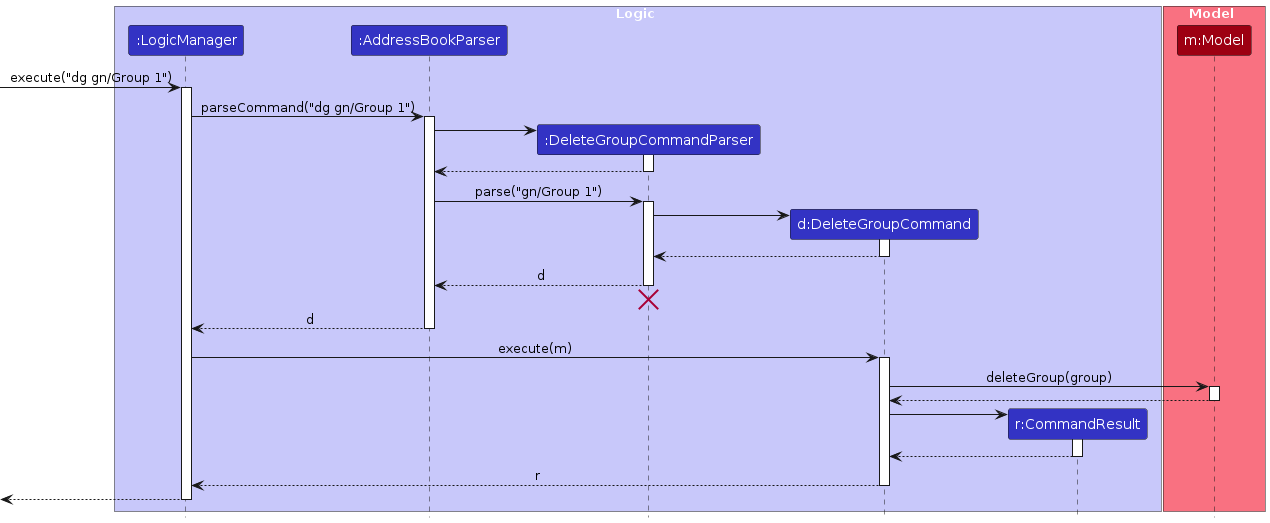
AY2425S1-CS2103-F12-2/tp keeps this PlantUML diagram as diagrams/DeleteGroupSequenceDiagram.png. Above is the earlier version. Its source is kept beside it as diagrams/DeleteGroupSequenceDiagram.puml.
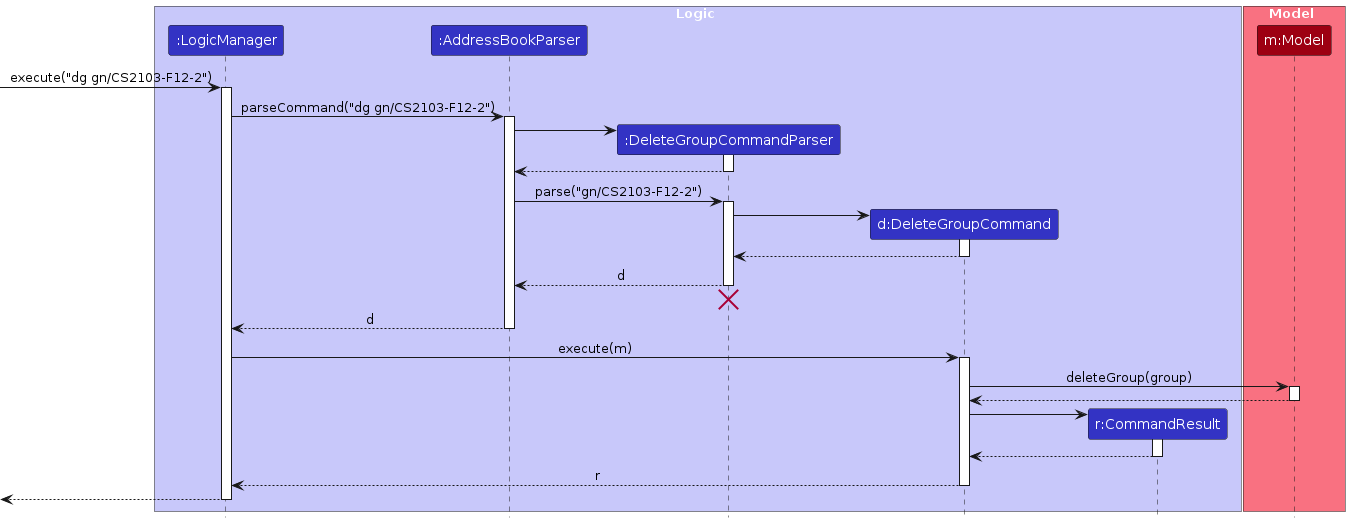
The same diagram one commit later.

What changed in the source:
```diff
@@ -14,10 +14,10 @@
 participant "m:Model" as Model MODEL_COLOR
 end box
 
-[-> LogicManager : execute("dg gn/Group 1")
+[-> LogicManager : execute("dg gn/CS2103-F12-2")
 activate LogicManager
 
-LogicManager -> AddressBookParser : parseCommand("dg gn/Group 1")
+LogicManager -> AddressBookParser : parseCommand("dg gn/CS2103-F12-2")
 activate AddressBookParser
 
 create DeleteGroupCommandParser
@@ -27,7 +27,7 @@
 DeleteGroupCommandParser --> AddressBookParser
 deactivate DeleteGroupCommandParser
 
-AddressBookParser -> DeleteGroupCommandParser : parse("gn/Group 1")
+AddressBookParser -> DeleteGroupCommandParser : parse("gn/CS2103-F12-2")
 activate DeleteGroupCommandParser
 
 create DeleteGroupCommand
```
